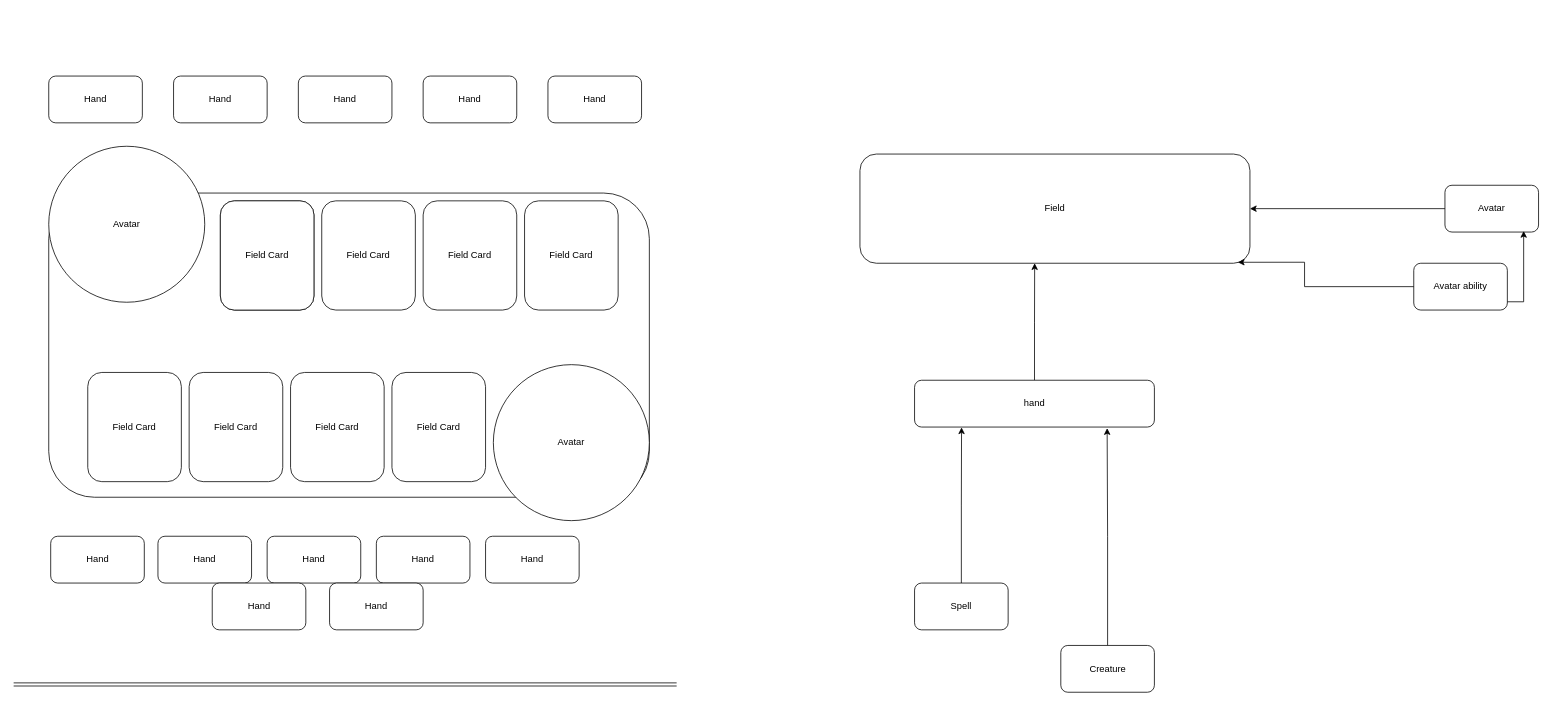
Before: daigrams_from_site/Card Game Flow Chart.drawio in popados/01_diagrams, a draw.io diagram. Source tidied: cells renumbered, new cells numbered last; positions are measured from the earlier drawing's top-left corner, leaving out a move shared by most shapes. Both pictures are drawn from the tidied source at 78%, with x=0, y=0 at pixel (13, 76).
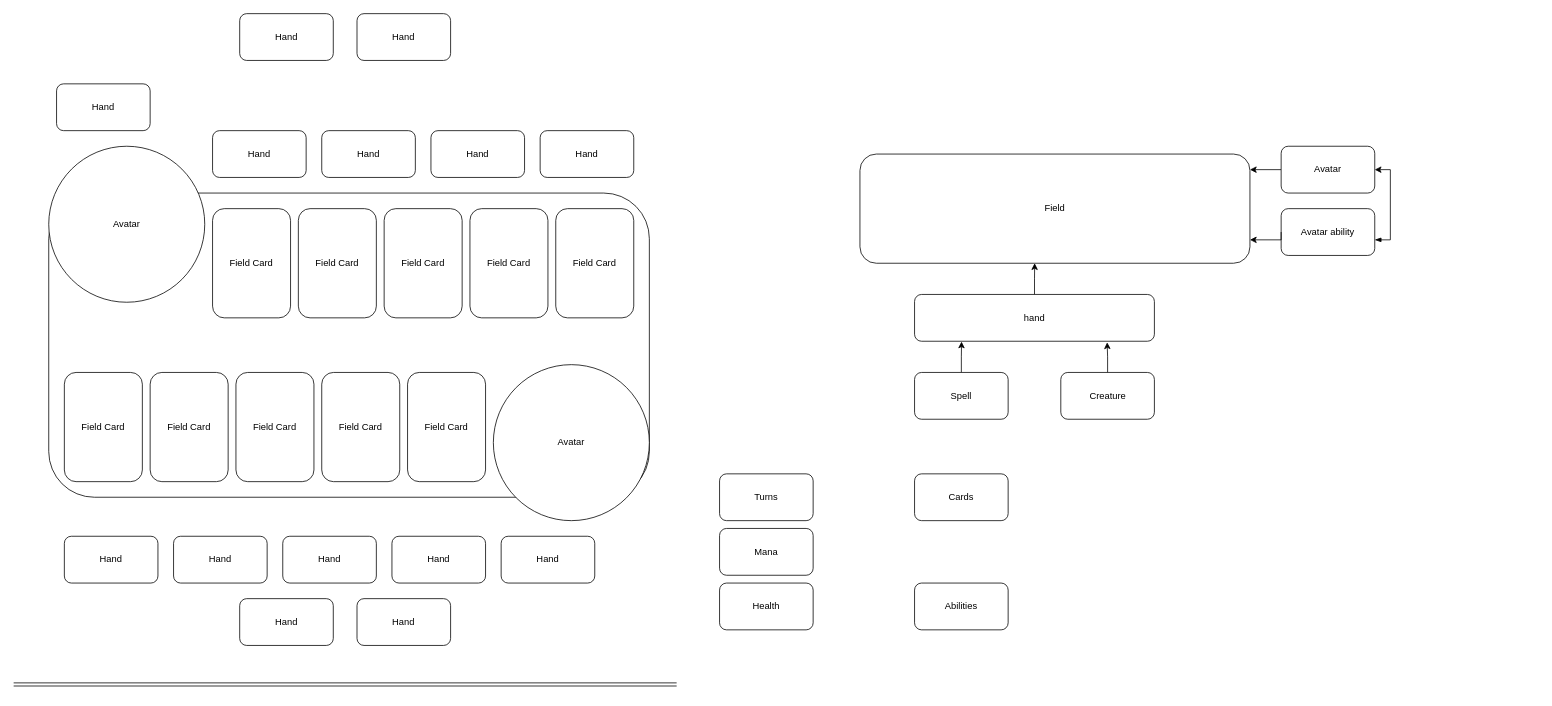
The same diagram, later.

The change refers to these unchanged cells:
```xml
<mxCell id="23" value="Field&lt;br&gt;" style="rounded=1;whiteSpace=wrap;html=1;" parent="1" vertex="1">
  <mxGeometry x="1085" y="100" width="500" height="140" as="geometry" />
</mxCell>
```

Diff of the diagram source:
```diff
@@
     <mxCell id="2" value="Hand" style="rounded=1;whiteSpace=wrap;html=1;" parent="1" vertex="1">
-      <mxGeometry x="45" width="120" height="60" as="geometry" />
+      <mxGeometry x="55" y="10" width="120" height="60" as="geometry" />
     </mxCell>
     <mxCell id="3" value="Hand" style="rounded=1;whiteSpace=wrap;html=1;" parent="1" vertex="1">
-      <mxGeometry x="205" width="120" height="60" as="geometry" />
+      <mxGeometry x="255" y="70" width="120" height="60" as="geometry" />
     </mxCell>
@@
     <mxCell id="6" value="Hand" style="rounded=1;whiteSpace=wrap;html=1;" parent="1" vertex="1">
-      <mxGeometry x="525" width="120" height="60" as="geometry" />
+      <mxGeometry x="535" y="70" width="120" height="60" as="geometry" />
     </mxCell>
     <mxCell id="7" value="Hand" style="rounded=1;whiteSpace=wrap;html=1;" parent="1" vertex="1">
-      <mxGeometry x="365" width="120" height="60" as="geometry" />
+      <mxGeometry x="395" y="70" width="120" height="60" as="geometry" />
     </mxCell>
     <mxCell id="8" value="Hand" style="rounded=1;whiteSpace=wrap;html=1;" parent="1" vertex="1">
-      <mxGeometry x="685" width="120" height="60" as="geometry" />
+      <mxGeometry x="675" y="70" width="120" height="60" as="geometry" />
     </mxCell>
@@
     <mxCell id="10" value="Hand" style="rounded=1;whiteSpace=wrap;html=1;" parent="1" vertex="1">
-      <mxGeometry x="185" y="590" width="120" height="60" as="geometry" />
+      <mxGeometry x="205" y="590" width="120" height="60" as="geometry" />
     </mxCell>
     <mxCell id="11" value="Hand" style="rounded=1;whiteSpace=wrap;html=1;" parent="1" vertex="1">
-      <mxGeometry x="465" y="590" width="120" height="60" as="geometry" />
+      <mxGeometry x="485" y="590" width="120" height="60" as="geometry" />
     </mxCell>
     <mxCell id="12" value="Hand" style="rounded=1;whiteSpace=wrap;html=1;" parent="1" vertex="1">
-      <mxGeometry x="325" y="590" width="120" height="60" as="geometry" />
+      <mxGeometry x="345" y="590" width="120" height="60" as="geometry" />
     </mxCell>
     <mxCell id="13" value="Hand" style="rounded=1;whiteSpace=wrap;html=1;" parent="1" vertex="1">
-      <mxGeometry x="605" y="590" width="120" height="60" as="geometry" />
+      <mxGeometry x="625" y="590" width="120" height="60" as="geometry" />
     </mxCell>
     <mxCell id="14" value="Field Card" style="rounded=1;whiteSpace=wrap;html=1;" parent="1" vertex="1">
-      <mxGeometry x="95" y="380" width="120" height="140" as="geometry" />
+      <mxGeometry x="65" y="380" width="100" height="140" as="geometry" />
     </mxCell>
     <mxCell id="15" value="Field Card" style="rounded=1;whiteSpace=wrap;html=1;" parent="1" vertex="1">
-      <mxGeometry x="225" y="380" width="120" height="140" as="geometry" />
+      <mxGeometry x="175" y="380" width="100" height="140" as="geometry" />
     </mxCell>
-    <mxCell id="16" style="rounded=1;whiteSpace=wrap;html=1;" parent="1" vertex="1">
-      <mxGeometry x="265" y="160" width="120" height="140" as="geometry" />
-    </mxCell>
     <mxCell id="17" value="Field Card" style="rounded=1;whiteSpace=wrap;html=1;" parent="1" vertex="1">
-      <mxGeometry x="355" y="380" width="120" height="140" as="geometry" />
+      <mxGeometry x="285" y="380" width="100" height="140" as="geometry" />
     </mxCell>
     <mxCell id="18" value="Field Card" style="rounded=1;whiteSpace=wrap;html=1;" parent="1" vertex="1">
-      <mxGeometry x="485" y="380" width="120" height="140" as="geometry" />
+      <mxGeometry x="505" y="380" width="100" height="140" as="geometry" />
     </mxCell>
-    <mxCell id="19" value="Field Card" style="rounded=1;whiteSpace=wrap;html=1;" parent="1" vertex="1">
-      <mxGeometry x="265" y="160" width="120" height="140" as="geometry" />
-    </mxCell>
-    <mxCell id="20" value="Field Card" style="rounded=1;whiteSpace=wrap;html=1;" parent="1" vertex="1">
-      <mxGeometry x="395" y="160" width="120" height="140" as="geometry" />
-    </mxCell>
-    <mxCell id="21" value="Field Card" style="rounded=1;whiteSpace=wrap;html=1;" parent="1" vertex="1">
-      <mxGeometry x="525" y="160" width="120" height="140" as="geometry" />
-    </mxCell>
-    <mxCell id="22" value="Field Card" style="rounded=1;whiteSpace=wrap;html=1;" parent="1" vertex="1">
-      <mxGeometry x="655" y="160" width="120" height="140" as="geometry" />
-    </mxCell>
@@
     <mxCell id="25" value="Spell" style="rounded=1;whiteSpace=wrap;html=1;" parent="1" vertex="1">
-      <mxGeometry x="1155" y="650" width="120" height="60" as="geometry" />
+      <mxGeometry x="1155" y="380" width="120" height="60" as="geometry" />
     </mxCell>
@@
     <mxCell id="27" value="Creature" style="rounded=1;whiteSpace=wrap;html=1;" parent="1" vertex="1">
-      <mxGeometry x="1342.5" y="730" width="120" height="60" as="geometry" />
+      <mxGeometry x="1342.5" y="380" width="120" height="60" as="geometry" />
     </mxCell>
     <mxCell id="28" style="edgeStyle=orthogonalEdgeStyle;rounded=0;jettySize=auto;html=1;" parent="1" edge="1" source="29" target="23">
-      <mxGeometry relative="1" as="geometry" />
+      <mxGeometry relative="1" as="geometry">
+        <Array as="points">
+          <mxPoint x="1710" y="100" />
+          <mxPoint x="1710" y="120" />
+        </Array>
+      </mxGeometry>
     </mxCell>
     <mxCell id="29" value="Avatar" style="rounded=1;whiteSpace=wrap;html=1;" parent="1" vertex="1">
-      <mxGeometry x="1835" y="140" width="120" height="60" as="geometry" />
+      <mxGeometry x="1625" y="90" width="120" height="60" as="geometry" />
     </mxCell>
-    <mxCell id="30" style="edgeStyle=orthogonalEdgeStyle;rounded=0;jettySize=auto;html=1;exitX=0.998;exitY=0.823;exitDx=0;exitDy=0;entryX=0.841;entryY=0.978;entryDx=0;entryDy=0;exitPerimeter=0;entryPerimeter=0;" parent="1" edge="1" source="31" target="29">
-      <mxGeometry relative="1" as="geometry" />
+    <mxCell id="30" style="edgeStyle=orthogonalEdgeStyle;rounded=0;jettySize=auto;html=1;entryX=1;entryY=0.5;entryDx=0;entryDy=0;startArrow=blockThin;startFill=1;" parent="1" edge="1" source="31" target="29">
+      <mxGeometry relative="1" as="geometry">
+        <Array as="points">
+          <mxPoint x="1765" y="210" />
+          <mxPoint x="1765" y="120" />
+        </Array>
+      </mxGeometry>
     </mxCell>
     <mxCell id="31" value="Avatar ability" style="rounded=1;whiteSpace=wrap;html=1;" parent="1" vertex="1">
-      <mxGeometry x="1795" y="240" width="120" height="60" as="geometry" />
+      <mxGeometry x="1625" y="170" width="120" height="60" as="geometry" />
     </mxCell>
     <mxCell id="32" value="Hand" style="rounded=1;whiteSpace=wrap;html=1;" parent="1" vertex="1">
-      <mxGeometry x="47.5" y="590" width="120" height="60" as="geometry" />
+      <mxGeometry x="65" y="590" width="120" height="60" as="geometry" />
     </mxCell>
     <mxCell id="33" value="Hand" style="rounded=1;whiteSpace=wrap;html=1;" parent="1" vertex="1">
-      <mxGeometry x="254.6" y="650" width="120" height="60" as="geometry" />
+      <mxGeometry x="289.8" y="670" width="120" height="60" as="geometry" />
     </mxCell>
     <mxCell id="34" value="Hand" style="rounded=1;whiteSpace=wrap;html=1;" parent="1" vertex="1">
-      <mxGeometry x="405" y="650" width="120" height="60" as="geometry" />
+      <mxGeometry x="440.2" y="670" width="120" height="60" as="geometry" />
     </mxCell>
@@
     <mxCell id="36" value="hand" style="rounded=1;whiteSpace=wrap;html=1;" parent="1" vertex="1">
-      <mxGeometry x="1155" y="390" width="307.5" height="60" as="geometry" />
+      <mxGeometry x="1155" y="280" width="307.5" height="60" as="geometry" />
     </mxCell>
-    <mxCell id="37" style="edgeStyle=orthogonalEdgeStyle;rounded=0;jettySize=auto;html=1;entryX=0.969;entryY=0.991;entryDx=0;entryDy=0;entryPerimeter=0;exitX=0;exitY=0.5;exitDx=0;exitDy=0;" parent="1" edge="1" source="31" target="23">
+    <mxCell id="37" style="edgeStyle=orthogonalEdgeStyle;rounded=0;jettySize=auto;html=1;exitX=0;exitY=0.5;exitDx=0;exitDy=0;" parent="1" edge="1" source="31">
       <mxGeometry relative="1" as="geometry">
+        <mxPoint x="1585" y="210" as="targetPoint" />
         <Array as="points">
-          <mxPoint x="1655" y="270" />
-          <mxPoint x="1655" y="239" />
+          <mxPoint x="1585" y="210" />
         </Array>
       </mxGeometry>
     </mxCell>
@@
+    <mxCell id="39" value="Hand" style="rounded=1;whiteSpace=wrap;html=1;" parent="1" vertex="1">
+      <mxGeometry x="289.8" y="-80" width="120" height="60" as="geometry" />
+    </mxCell>
+    <mxCell id="40" value="Hand" style="rounded=1;whiteSpace=wrap;html=1;" parent="1" vertex="1">
+      <mxGeometry x="440.2" y="-80" width="120" height="60" as="geometry" />
+    </mxCell>
+    <mxCell id="41" value="Field Card" style="rounded=1;whiteSpace=wrap;html=1;" parent="1" vertex="1">
+      <mxGeometry x="395" y="380" width="100" height="140" as="geometry" />
+    </mxCell>
+    <mxCell id="42" value="Field Card" style="rounded=1;whiteSpace=wrap;html=1;" parent="1" vertex="1">
+      <mxGeometry x="255" y="170" width="100" height="140" as="geometry" />
+    </mxCell>
+    <mxCell id="43" value="Field Card" style="rounded=1;whiteSpace=wrap;html=1;" parent="1" vertex="1">
+      <mxGeometry x="365" y="170" width="100" height="140" as="geometry" />
+    </mxCell>
+    <mxCell id="44" value="Field Card" style="rounded=1;whiteSpace=wrap;html=1;" parent="1" vertex="1">
+      <mxGeometry x="475" y="170" width="100" height="140" as="geometry" />
+    </mxCell>
+    <mxCell id="45" value="Field Card" style="rounded=1;whiteSpace=wrap;html=1;" parent="1" vertex="1">
+      <mxGeometry x="695" y="170" width="100" height="140" as="geometry" />
+    </mxCell>
+    <mxCell id="46" value="Field Card" style="rounded=1;whiteSpace=wrap;html=1;" parent="1" vertex="1">
+      <mxGeometry x="585" y="170" width="100" height="140" as="geometry" />
+    </mxCell>
+    <mxCell id="47" value="Turns" style="rounded=1;whiteSpace=wrap;html=1;" parent="1" vertex="1">
+      <mxGeometry x="905" y="510" width="120" height="60" as="geometry" />
+    </mxCell>
+    <mxCell id="48" value="Mana" style="rounded=1;whiteSpace=wrap;html=1;" parent="1" vertex="1">
+      <mxGeometry x="905" y="580" width="120" height="60" as="geometry" />
+    </mxCell>
+    <mxCell id="49" value="Health" style="rounded=1;whiteSpace=wrap;html=1;" parent="1" vertex="1">
+      <mxGeometry x="905" y="650" width="120" height="60" as="geometry" />
+    </mxCell>
+    <mxCell id="50" value="Abilities" style="rounded=1;whiteSpace=wrap;html=1;" parent="1" vertex="1">
+      <mxGeometry x="1155" y="650" width="120" height="60" as="geometry" />
+    </mxCell>
+    <mxCell id="51" value="Cards" style="rounded=1;whiteSpace=wrap;html=1;" parent="1" vertex="1">
+      <mxGeometry x="1155" y="510" width="120" height="60" as="geometry" />
+    </mxCell>
```
